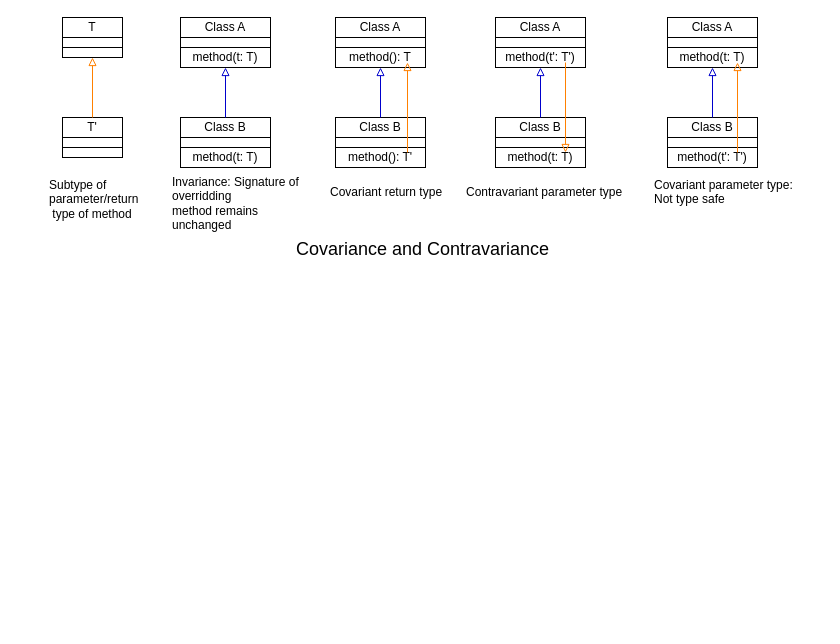
This is page "OOPS-basics" (1 of 2) of BE/technical/oops.drawio from afflato/system, a draw.io file, before an edit. Source tidied: cells renumbered, new cells numbered last; positions are measured from the earlier drawing's top-left corner, leaving out a move shared by most shapes. Both pictures are drawn from the tidied source at 100%, with x=0, y=0 at pixel (47, 17).
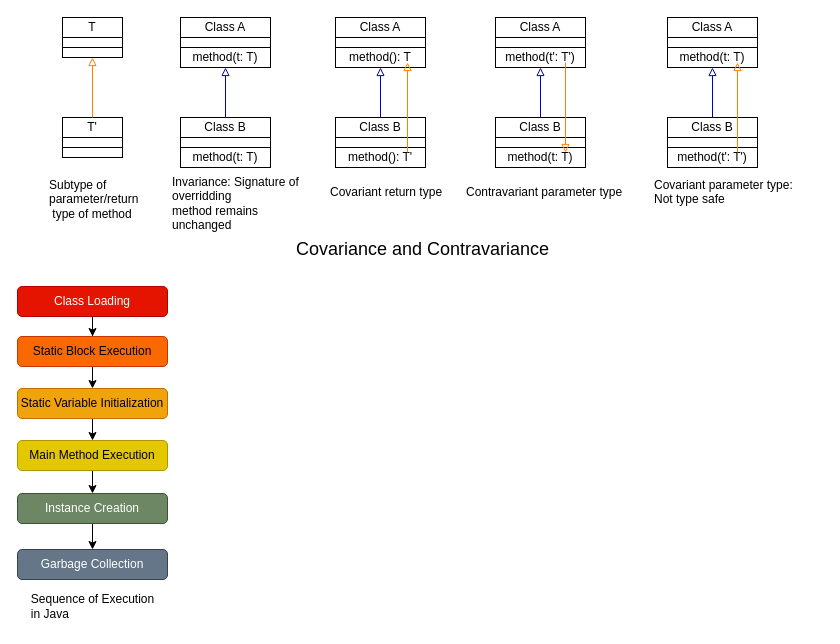
After the change.

What changed in the source:
```diff
@@
+    <mxCell id="56" style="edgeStyle=orthogonalEdgeStyle;rounded=0;jettySize=auto;html=1;entryX=0.5;entryY=0;entryDx=0;entryDy=0;" parent="1" edge="1" source="57" target="59">
+      <mxGeometry relative="1" as="geometry" />
+    </mxCell>
+    <mxCell id="57" value="Class Loading" style="rounded=1;whiteSpace=wrap;html=1;fillColor=#e51400;fontColor=#ffffff;strokeColor=#B20000;" parent="1" vertex="1">
+      <mxGeometry x="-30" y="269" width="150" height="30" as="geometry" />
+    </mxCell>
+    <mxCell id="58" style="edgeStyle=orthogonalEdgeStyle;rounded=0;jettySize=auto;html=1;entryX=0.5;entryY=0;entryDx=0;entryDy=0;" parent="1" edge="1" source="59" target="61">
+      <mxGeometry relative="1" as="geometry" />
+    </mxCell>
+    <mxCell id="59" value="Static Block Execution" style="rounded=1;whiteSpace=wrap;html=1;fillColor=#fa6800;fontColor=#000000;strokeColor=#C73500;" parent="1" vertex="1">
+      <mxGeometry x="-30" y="319" width="150" height="30" as="geometry" />
+    </mxCell>
+    <mxCell id="60" style="edgeStyle=orthogonalEdgeStyle;rounded=0;jettySize=auto;html=1;entryX=0.5;entryY=0;entryDx=0;entryDy=0;" parent="1" edge="1" source="61" target="63">
+      <mxGeometry relative="1" as="geometry" />
+    </mxCell>
+    <mxCell id="61" value="Static Variable Initialization" style="rounded=1;whiteSpace=wrap;html=1;fillColor=#f0a30a;fontColor=#000000;strokeColor=#BD7000;" parent="1" vertex="1">
+      <mxGeometry x="-30" y="371" width="150" height="30" as="geometry" />
+    </mxCell>
+    <mxCell id="62" style="edgeStyle=orthogonalEdgeStyle;rounded=0;jettySize=auto;html=1;entryX=0.5;entryY=0;entryDx=0;entryDy=0;" parent="1" edge="1" source="63" target="65">
+      <mxGeometry relative="1" as="geometry" />
+    </mxCell>
+    <mxCell id="63" value="Main Method Execution" style="rounded=1;whiteSpace=wrap;html=1;fillColor=#e3c800;fontColor=#000000;strokeColor=#B09500;" parent="1" vertex="1">
+      <mxGeometry x="-30" y="423" width="150" height="30" as="geometry" />
+    </mxCell>
+    <mxCell id="64" style="edgeStyle=orthogonalEdgeStyle;rounded=0;jettySize=auto;html=1;entryX=0.5;entryY=0;entryDx=0;entryDy=0;" parent="1" edge="1" source="65" target="66">
+      <mxGeometry relative="1" as="geometry" />
+    </mxCell>
+    <mxCell id="65" value="Instance Creation" style="rounded=1;whiteSpace=wrap;html=1;fillColor=#6d8764;fontColor=#ffffff;strokeColor=#3A5431;" parent="1" vertex="1">
+      <mxGeometry x="-30" y="476" width="150" height="30" as="geometry" />
+    </mxCell>
+    <mxCell id="66" value="Garbage Collection" style="rounded=1;whiteSpace=wrap;html=1;fillColor=#647687;fontColor=#ffffff;strokeColor=#314354;" parent="1" vertex="1">
+      <mxGeometry x="-30" y="532" width="150" height="30" as="geometry" />
+    </mxCell>
+    <mxCell id="67" value="Sequence of Execution&lt;br&gt;&lt;div style=&quot;text-align: left;&quot;&gt;&lt;span style=&quot;background-color: transparent; color: light-dark(rgb(0, 0, 0), rgb(255, 255, 255));&quot;&gt;in Java&lt;/span&gt;&lt;/div&gt;" style="text;html=1;align=center;verticalAlign=middle;strokeColor=none;fillColor=none;" parent="1" vertex="1">
+      <mxGeometry x="-30" y="569" width="150" height="40" as="geometry" />
+    </mxCell>
```
